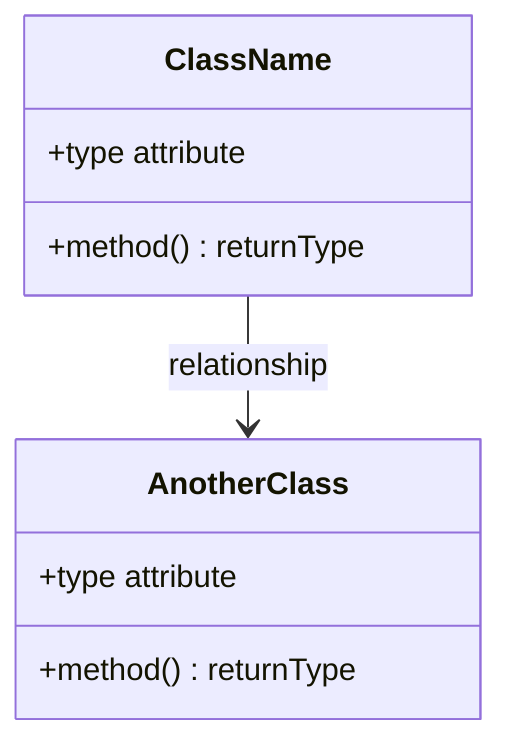
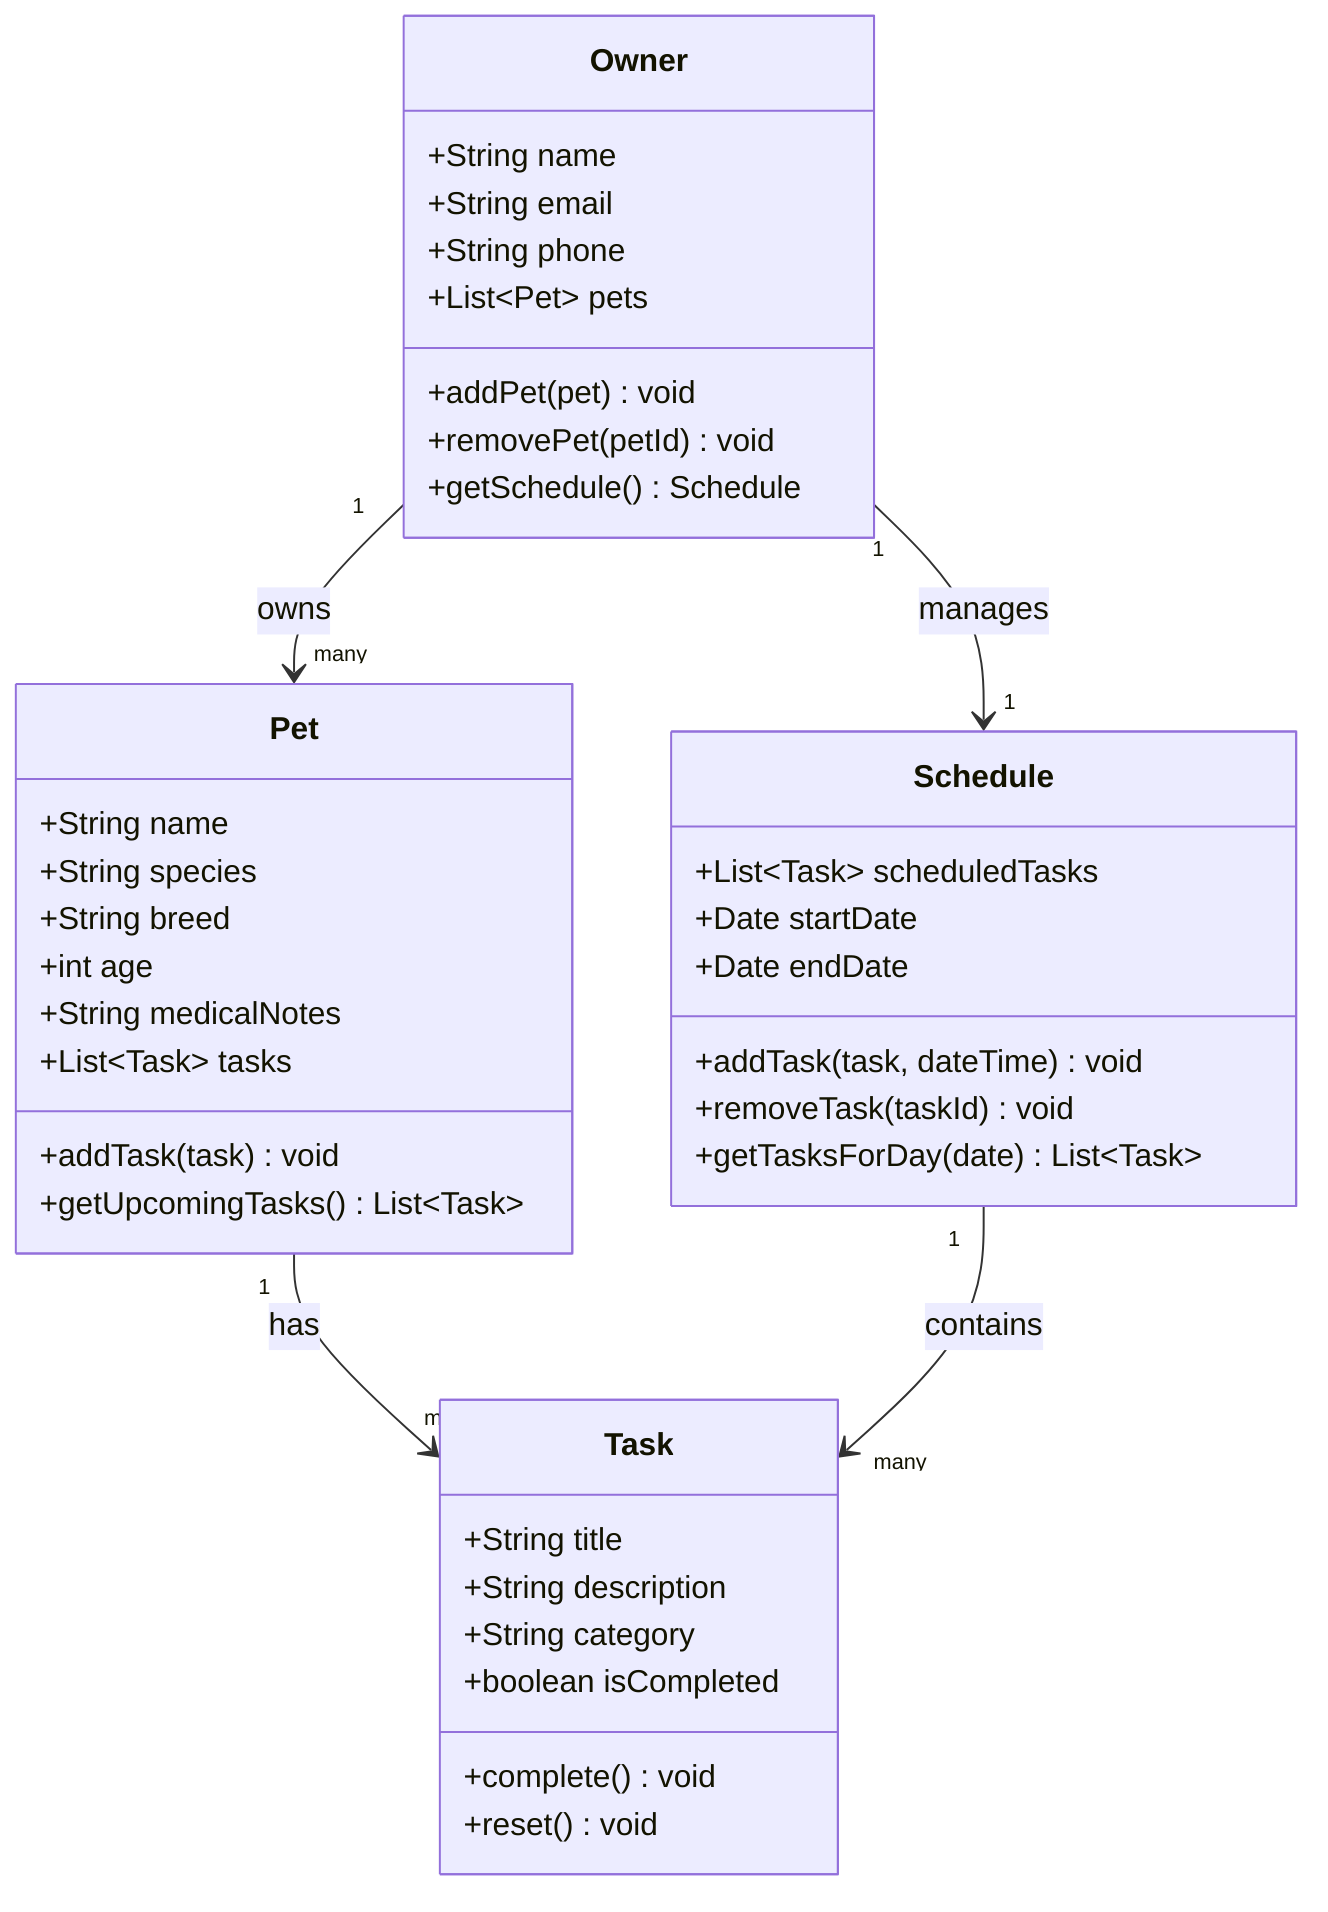
classDiagram
-     %% Replace the placeholders below with your actual classes, attributes, methods, and relationships.
-     %% Keep this file updated so it matches your final implementation.
- 
-     class ClassName {
-         +type attribute
-         +method() returnType
+     class Owner {
+         +String name
+         +String email
+         +String phone
+         +List~Pet~ pets
+         +addPet(pet) void
+         +removePet(petId) void
+         +getSchedule() Schedule
    }

-     class AnotherClass {
-         +type attribute
-         +method() returnType
+     class Pet {
+         +String name
+         +String species
+         +String breed
+         +int age
+         +String medicalNotes
+         +List~Task~ tasks
+         +addTask(task) void
+         +getUpcomingTasks() List~Task~
    }

-     ClassName --> AnotherClass : relationship
+     class Task {
+         +String title
+         +String description
+         +String category
+         +boolean isCompleted
+         +complete() void
+         +reset() void
+     }
+ 
+     class Schedule {
+         +List~Task~ scheduledTasks
+         +Date startDate
+         +Date endDate
+         +addTask(task, dateTime) void
+         +removeTask(taskId) void
+         +getTasksForDay(date) List~Task~
+     }
+ 
+     Owner "1" --> "many" Pet : owns
+     Pet "1" --> "many" Task : has
+     Owner "1" --> "1" Schedule : manages
+     Schedule "1" --> "many" Task : contains
